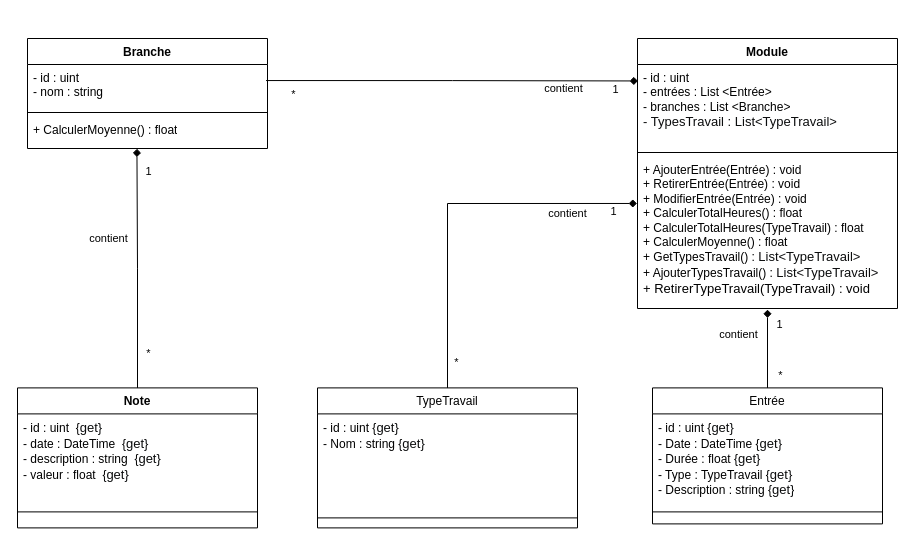
The draw.io diagram page "Models Classes" (2 of 3) of Diagrammes/Diagrammes.drawio in Hoferlukaslh/ScholarLog, before the edit. Source tidied: cells renumbered, new cells numbered last; positions are measured from the earlier drawing's top-left corner, leaving out a move shared by most shapes. Both pictures are drawn from the tidied source at 100%, with x=0, y=0 at pixel (17, 38).
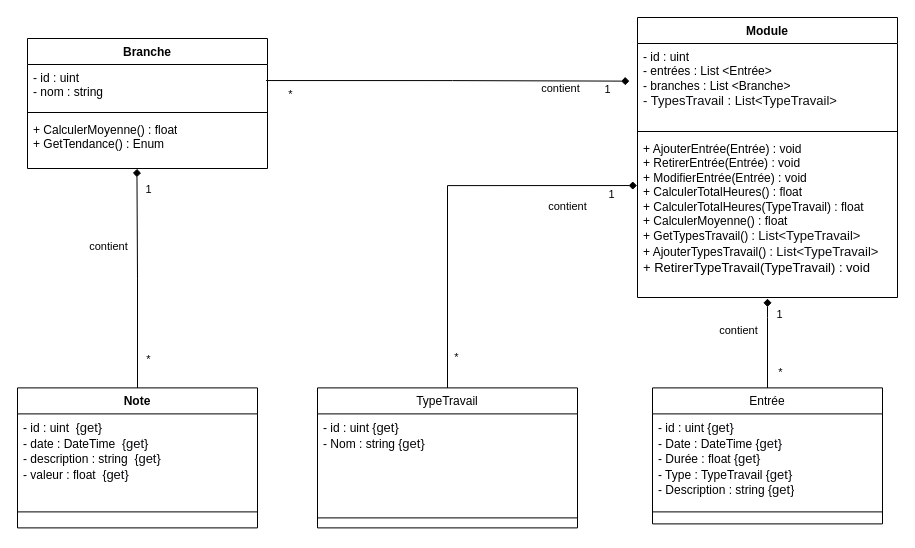
The same diagram, later.

Unchanged cells that the change refers to:
```xml
<mxCell id="3" value="- id : uint&lt;div&gt;&lt;div&gt;&lt;div&gt;- entrées : List &amp;lt;Entrée&amp;gt;&lt;/div&gt;&lt;/div&gt;&lt;/div&gt;&lt;div&gt;- branches : List &amp;lt;Branche&amp;gt;&lt;/div&gt;&lt;div&gt;&lt;span style=&quot;color: rgb(12, 13, 14); font-size: 13px;&quot;&gt;-&lt;/span&gt;&lt;span style=&quot;color: rgb(12, 13, 14); font-size: 13px;&quot;&gt; TypesTravail : List&amp;lt;TypeTravail&amp;gt;&lt;/span&gt;&lt;/div&gt;" style="text;strokeColor=none;fillColor=none;align=left;verticalAlign=top;spacingLeft=4;spacingRight=4;overflow=hidden;points=[[0,0.5],[1,0.5]];portConstraint=eastwest;whiteSpace=wrap;html=1;" parent="2" vertex="1">
  <mxGeometry y="26" width="260" height="84" as="geometry" />
</mxCell>
<mxCell id="18" value="- id : uint&lt;div&gt;&lt;div&gt;&lt;div&gt;- nom : string&lt;/div&gt;&lt;/div&gt;&lt;/div&gt;" style="text;strokeColor=none;fillColor=none;align=left;verticalAlign=top;spacingLeft=4;spacingRight=4;overflow=hidden;points=[[0,0.5],[1,0.5]];portConstraint=eastwest;whiteSpace=wrap;html=1;" parent="17" vertex="1">
  <mxGeometry y="26" width="240" height="44" as="geometry" />
</mxCell>
```

Diff of the diagram source:
```diff
@@
     <mxCell id="2" value="Module" style="swimlane;fontStyle=1;align=center;verticalAlign=top;horizontal=1;startSize=26;whiteSpace=wrap;html=1;" parent="1" vertex="1">
-      <mxGeometry x="620" width="260" height="270" as="geometry" />
+      <mxGeometry x="620" y="-21" width="260" height="280" as="geometry" />
     </mxCell>
@@
     <mxCell id="5" value="&lt;div&gt;+ AjouterEntrée(Entrée) : void&lt;/div&gt;&lt;div&gt;+&lt;span style=&quot;color: light-dark(rgb(0, 0, 0), rgb(255, 255, 255)); background-color: transparent;&quot;&gt;&amp;nbsp;RetirerEntrée(Entrée) : void&lt;/span&gt;&lt;/div&gt;&lt;div&gt;+ ModifierEntrée(Entrée) : void&lt;/div&gt;&lt;div&gt;&lt;div&gt;+ CalculerTotalHeures() : float&lt;/div&gt;&lt;div&gt;&lt;div&gt;+ CalculerTotalHeures(TypeTravail) : float&lt;/div&gt;&lt;div&gt;+ CalculerMoyenne() : float&lt;/div&gt;&lt;/div&gt;&lt;/div&gt;&lt;div&gt;+ GetTypesTravail() :&amp;nbsp;&lt;span style=&quot;color: rgb(12, 13, 14); font-size: 13px;&quot;&gt;List&amp;lt;TypeTravail&amp;gt;&lt;br&gt;&lt;/span&gt;&lt;span style=&quot;color: rgb(0, 0, 0);&quot;&gt;+ AjouterTypesTravail() :&amp;nbsp;&lt;/span&gt;&lt;font color=&quot;#0c0d0e&quot;&gt;&lt;span style=&quot;font-size: 13px;&quot;&gt;List&amp;lt;TypeTravail&amp;gt;&lt;br&gt;&lt;/span&gt;&lt;/font&gt;&lt;span style=&quot;font-size: 13px;&quot;&gt;+ RetirerTypeTravail(TypeTravail) : void&lt;/span&gt;&lt;/div&gt;" style="text;strokeColor=none;fillColor=none;align=left;verticalAlign=top;spacingLeft=4;spacingRight=4;overflow=hidden;points=[[0,0.5],[1,0.5]];portConstraint=eastwest;whiteSpace=wrap;html=1;" parent="2" vertex="1">
-      <mxGeometry y="118" width="260" height="152" as="geometry" />
+      <mxGeometry y="118" width="260" height="162" as="geometry" />
     </mxCell>
@@
     <mxCell id="17" value="Branche" style="swimlane;fontStyle=1;align=center;verticalAlign=top;horizontal=1;startSize=26;whiteSpace=wrap;html=1;" parent="1" vertex="1">
-      <mxGeometry x="10" width="240" height="110" as="geometry" />
+      <mxGeometry x="10" width="240" height="130" as="geometry" />
     </mxCell>
@@
-    <mxCell id="20" value="&lt;div&gt;+ CalculerMoyenne() : float&lt;/div&gt;" style="text;strokeColor=none;fillColor=none;align=left;verticalAlign=top;spacingLeft=4;spacingRight=4;overflow=hidden;points=[[0,0.5],[1,0.5]];portConstraint=eastwest;whiteSpace=wrap;html=1;" parent="17" vertex="1">
-      <mxGeometry y="78" width="240" height="32" as="geometry" />
+    <mxCell id="20" value="&lt;div&gt;+ CalculerMoyenne() : float&lt;br&gt;+ GetTendance() : Enum&lt;/div&gt;" style="text;strokeColor=none;fillColor=none;align=left;verticalAlign=top;spacingLeft=4;spacingRight=4;overflow=hidden;points=[[0,0.5],[1,0.5]];portConstraint=eastwest;whiteSpace=wrap;html=1;" parent="17" vertex="1">
+      <mxGeometry y="78" width="240" height="52" as="geometry" />
     </mxCell>
-    <mxCell id="21" style="edgeStyle=orthogonalEdgeStyle;rounded=0;jettySize=auto;html=1;endArrow=diamond;endFill=1;exitX=0.994;exitY=0.365;exitDx=0;exitDy=0;exitPerimeter=0;entryX=0.002;entryY=0.196;entryDx=0;entryDy=0;entryPerimeter=0;" parent="1" edge="1" source="18" target="3">
+    <mxCell id="21" style="edgeStyle=orthogonalEdgeStyle;rounded=0;jettySize=auto;html=1;endArrow=diamond;endFill=1;exitX=0.994;exitY=0.365;exitDx=0;exitDy=0;exitPerimeter=0;entryX=-0.031;entryY=0.448;entryDx=0;entryDy=0;entryPerimeter=0;" parent="1" edge="1" source="18" target="3">
       <mxGeometry relative="1" as="geometry" />
     </mxCell>
```
